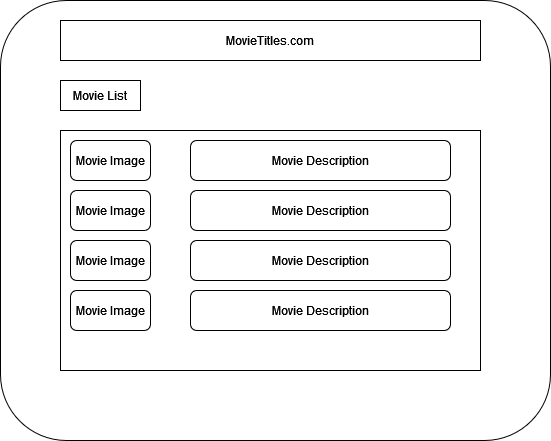
Before: Homework1/images/movie_list_wireframe.drawio.png, a diagram exported from draw.io (RyanPivirotto/is-4460-spring). Source tidied: cells renumbered, new cells last; positions are measured from the earlier drawing's top-left corner, leaving out a move shared by most shapes.
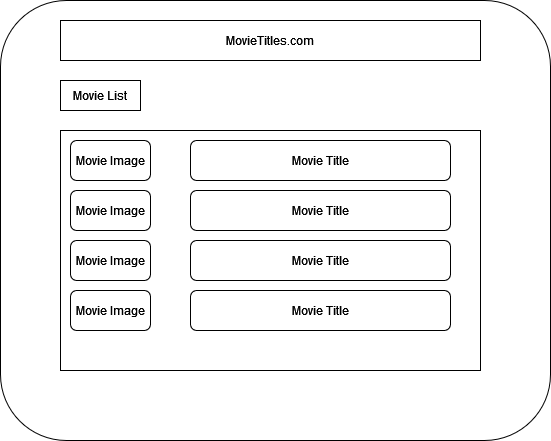
Above is the later version.

Change to the diagram source:
```diff
@@ -26,16 +26,16 @@
     <mxCell id="9" value="Movie Image" style="rounded=1;whiteSpace=wrap;html=1;" parent="1" vertex="1">
       <mxGeometry x="70" y="290" width="80" height="40" as="geometry" />
     </mxCell>
-    <mxCell id="10" value="Movie Description" style="rounded=1;whiteSpace=wrap;html=1;" parent="1" vertex="1">
+    <mxCell id="10" value="Movie Title" style="rounded=1;whiteSpace=wrap;html=1;" parent="1" vertex="1">
       <mxGeometry x="190" y="140" width="260" height="40" as="geometry" />
     </mxCell>
-    <mxCell id="11" value="Movie Description" style="rounded=1;whiteSpace=wrap;html=1;" parent="1" vertex="1">
+    <mxCell id="11" value="Movie Title" style="rounded=1;whiteSpace=wrap;html=1;" parent="1" vertex="1">
       <mxGeometry x="190" y="190" width="260" height="40" as="geometry" />
     </mxCell>
-    <mxCell id="12" value="Movie Description" style="rounded=1;whiteSpace=wrap;html=1;" parent="1" vertex="1">
+    <mxCell id="12" value="Movie Title" style="rounded=1;whiteSpace=wrap;html=1;" parent="1" vertex="1">
       <mxGeometry x="190" y="240" width="260" height="40" as="geometry" />
     </mxCell>
-    <mxCell id="13" value="Movie Description" style="rounded=1;whiteSpace=wrap;html=1;" parent="1" vertex="1">
+    <mxCell id="13" value="&lt;div&gt;Movie Title&lt;/div&gt;" style="rounded=1;whiteSpace=wrap;html=1;" parent="1" vertex="1">
       <mxGeometry x="190" y="290" width="260" height="40" as="geometry" />
     </mxCell>
   </root>
```
